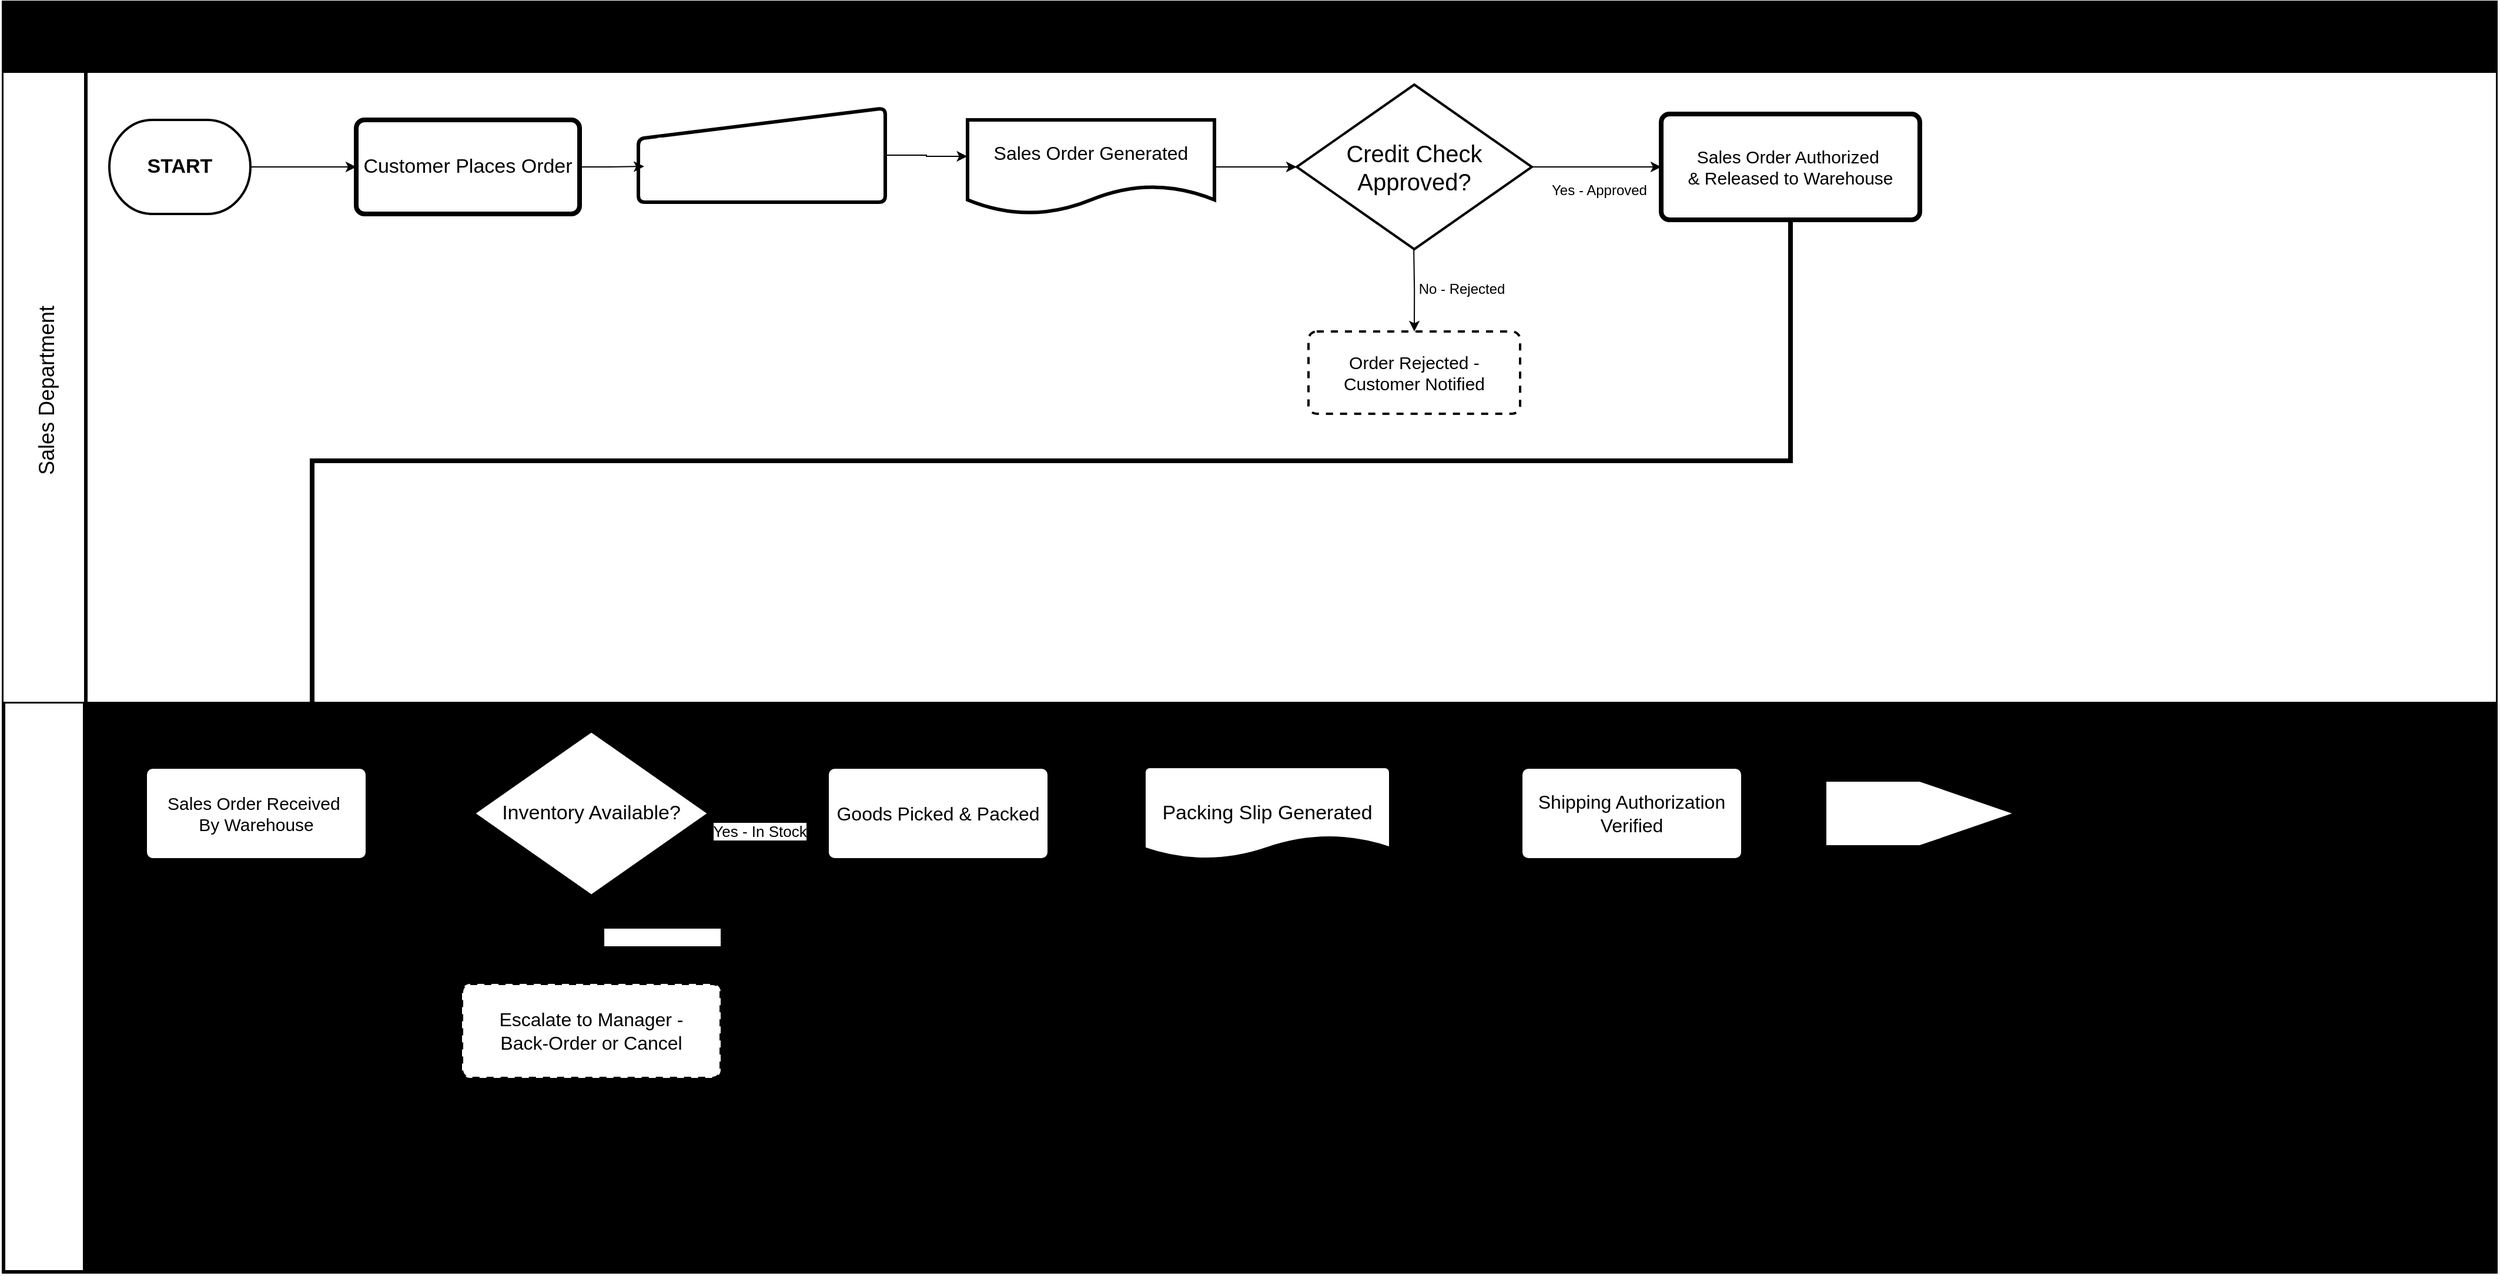
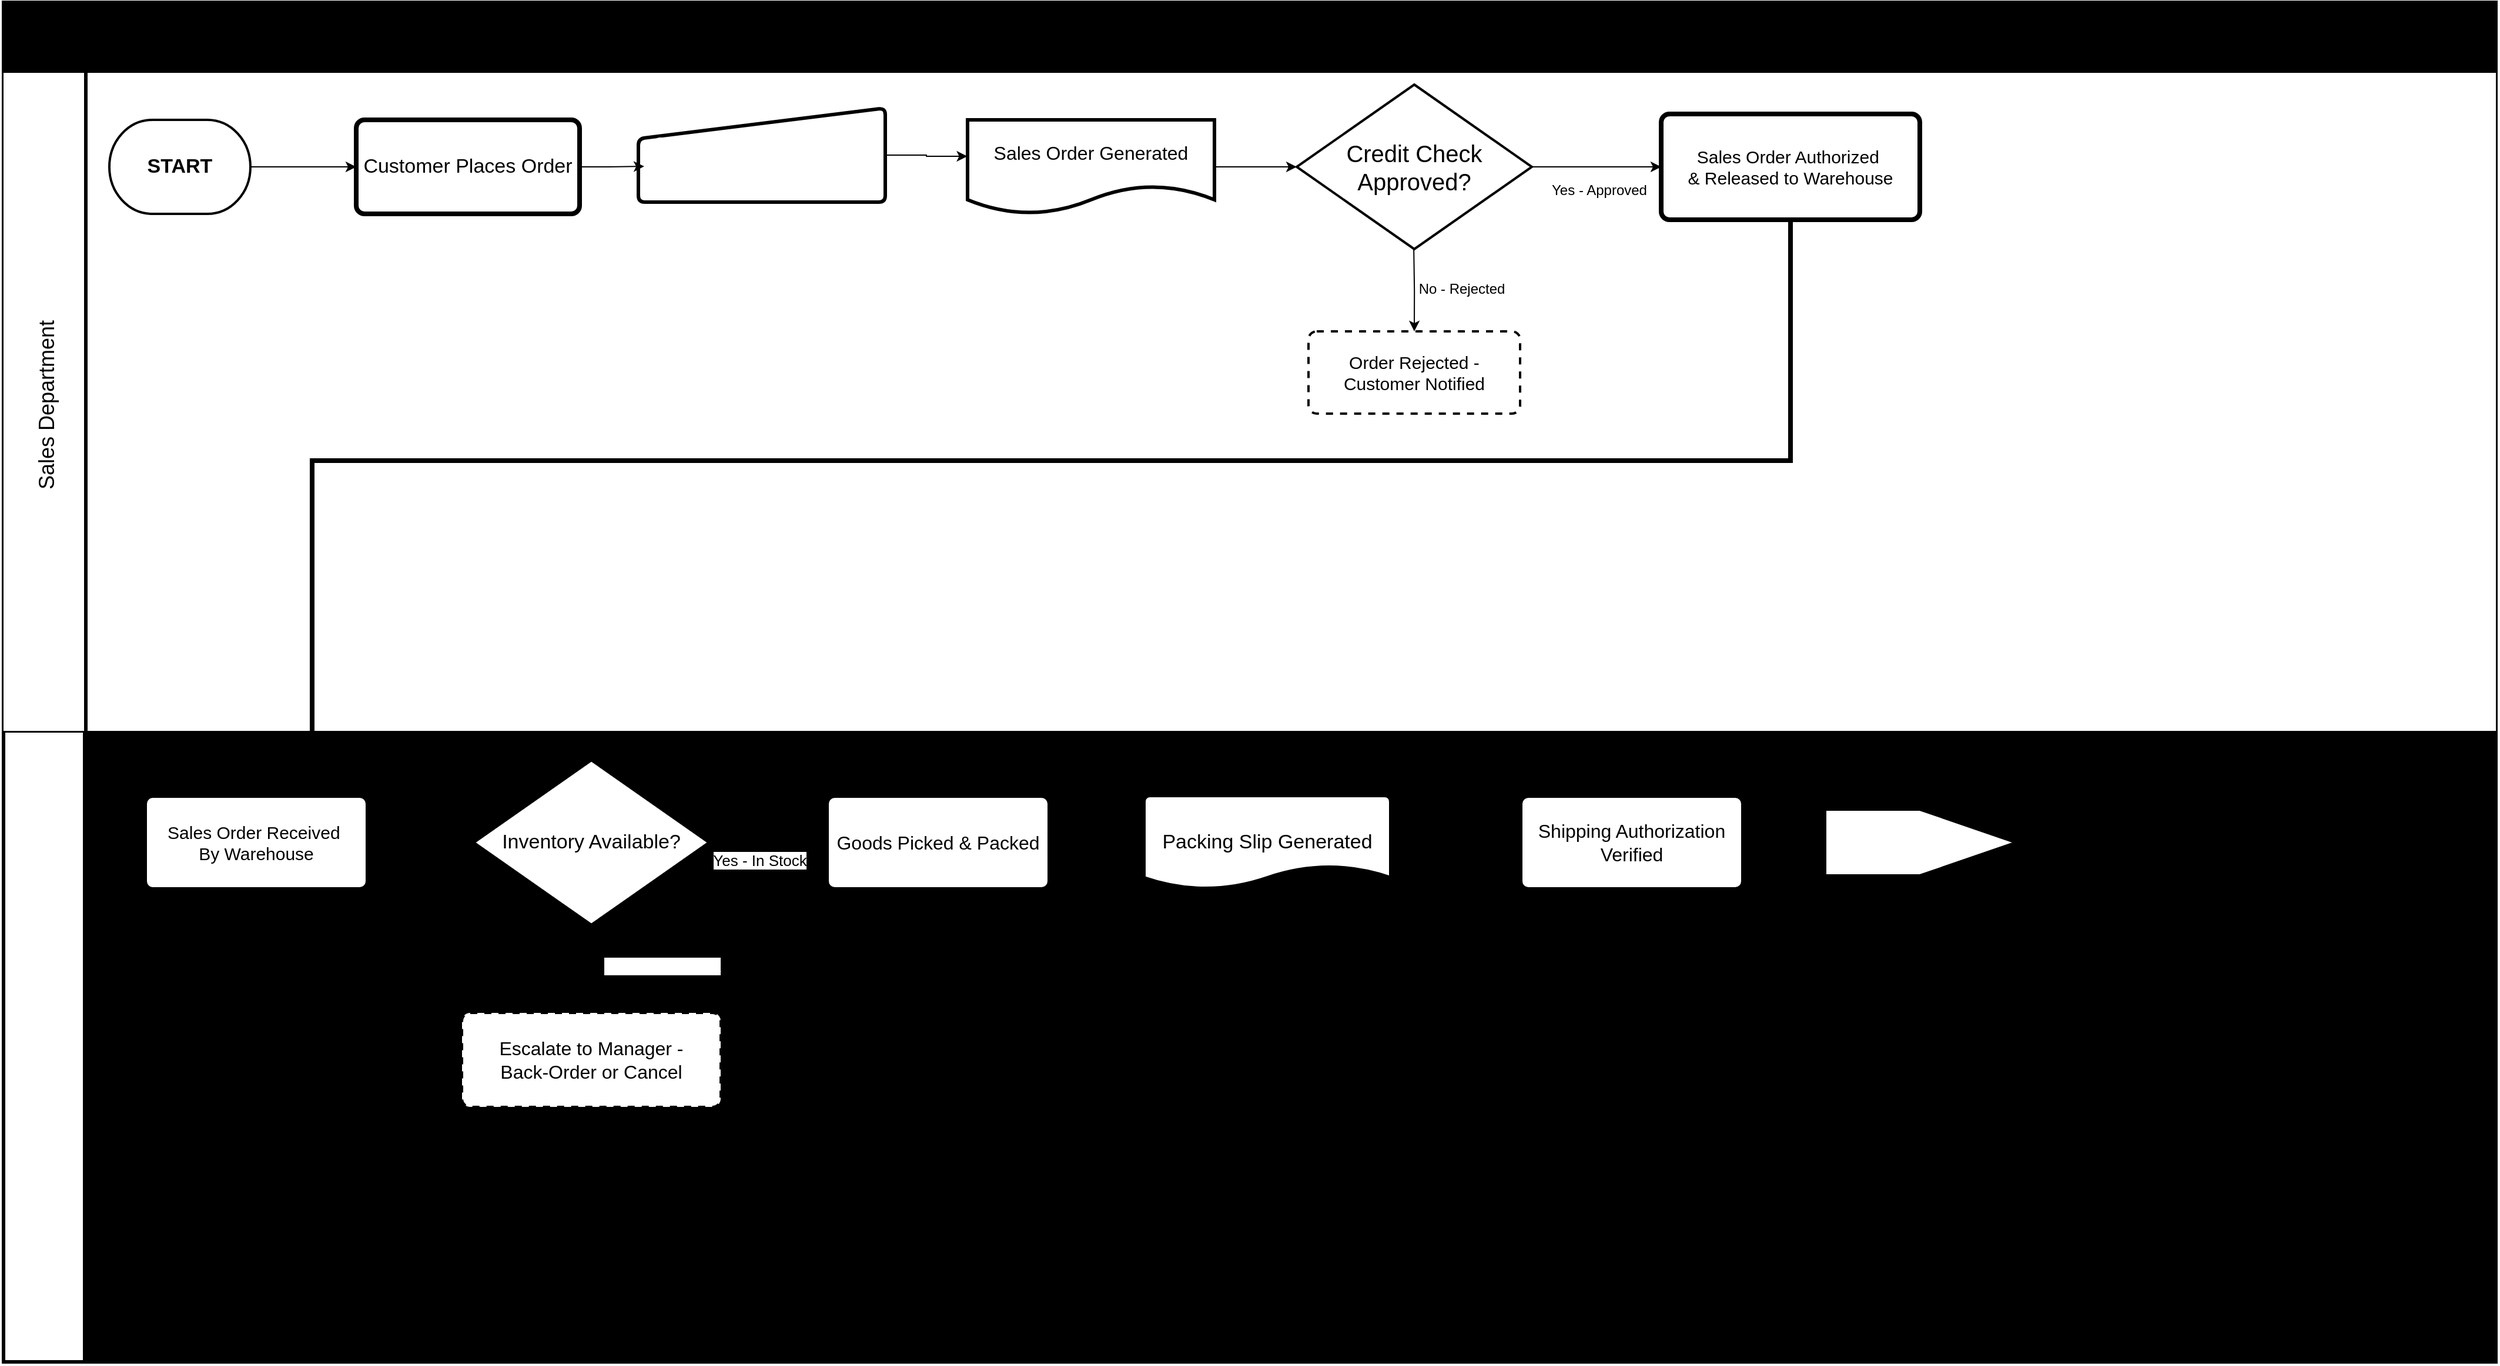
<mxfile host="app.diagrams.net" pages="2">
  <diagram name="Page-1" id="JuwPx92q4KAnNjeC5ImY">
    <mxGraphModel dx="9302" dy="6952" grid="1" gridSize="10" guides="1" tooltips="1" connect="1" arrows="1" fold="1" page="1" pageScale="1" pageWidth="1100" pageHeight="850" math="0" shadow="0">
      <root>
        <mxCell id="0" />
        <mxCell id="1" parent="0" />
        <mxCell id="NQ8u1UKUMeSrLokraIQ_-5" parent="1" style="shape=table;childLayout=tableLayout;startSize=60;collapsible=0;recursiveResize=0;expand=0;fontSize=23;fontColor=light-dark(#000000,#FF8000);fontStyle=1;labelBackgroundColor=none;labelBorderColor=none;fillColor=light-dark(#000000,#1A1A1A);strokeWidth=3;direction=east;perimeterSpacing=2;strokeColor=light-dark(#000000,#FFFFFF);" value="Kissena Bakery — Revenue Cycle (Order-to-Cash)" vertex="1">
-           <mxGeometry height="1080" width="2120" x="-7660" y="-5930" as="geometry" />
+           <mxGeometry height="1157" width="2120" x="-7660" y="-5930" as="geometry" />
        </mxCell>
        <mxCell id="NQ8u1UKUMeSrLokraIQ_-6" parent="NQ8u1UKUMeSrLokraIQ_-5" style="shape=tableRow;horizontal=0;swimlaneHead=0;swimlaneBody=0;top=0;left=0;strokeColor=inherit;bottom=0;right=0;dropTarget=0;fontStyle=0;fillColor=light-dark(#FFFFFF,#009900);points=[[0,0.5],[1,0.5]];portConstraint=eastwest;startSize=70;collapsible=0;recursiveResize=0;expand=0;fontSize=18;strokeWidth=3;labelBorderColor=none;rounded=0;swimlaneLine=1;swimlaneFillColor=light-dark(#FFFFFF,#000000);" value="Sales Department " vertex="1">
-           <mxGeometry height="535" width="2120" y="60" as="geometry" />
+           <mxGeometry height="560" width="2120" y="60" as="geometry" />
        </mxCell>
-         <mxCell id="NQ8u1UKUMeSrLokraIQ_-7" parent="NQ8u1UKUMeSrLokraIQ_-6" style="swimlane;swimlaneHead=0;swimlaneBody=0;fontStyle=0;strokeColor=inherit;connectable=0;fillColor=light-dark(transparent,#FFF4C3);startSize=0;collapsible=0;recursiveResize=0;expand=0;fontSize=16;fontColor=light-dark(#000000,#000000);" value="" vertex="1">
-           <mxGeometry height="535" width="2050" x="70" as="geometry">
-             <mxRectangle height="535" width="2050" as="alternateBounds" />
+         <mxCell id="NQ8u1UKUMeSrLokraIQ_-7" parent="NQ8u1UKUMeSrLokraIQ_-6" style="swimlane;swimlaneHead=0;swimlaneBody=0;fontStyle=0;strokeColor=inherit;connectable=0;fillColor=light-dark(transparent,#FFF4C3);startSize=0;collapsible=0;recursiveResize=0;expand=0;fontSize=16;fontColor=light-dark(#000000,#000000);strokeWidth=4;" value="" vertex="1">
+           <mxGeometry height="560" width="2050" x="70" as="geometry">
+             <mxRectangle height="560" width="2050" as="alternateBounds" />
          </mxGeometry>
        </mxCell>
        <mxCell id="NQ8u1UKUMeSrLokraIQ_-40" edge="1" parent="NQ8u1UKUMeSrLokraIQ_-7" source="NQ8u1UKUMeSrLokraIQ_-38" style="edgeStyle=orthogonalEdgeStyle;rounded=0;orthogonalLoop=1;jettySize=auto;html=1;exitX=1;exitY=0.5;exitDx=0;exitDy=0;exitPerimeter=0;entryX=0;entryY=0.5;entryDx=0;entryDy=0;" target="NQ8u1UKUMeSrLokraIQ_-39">
          <mxGeometry relative="1" as="geometry" />
        </mxCell>
        <mxCell id="NQ8u1UKUMeSrLokraIQ_-38" parent="NQ8u1UKUMeSrLokraIQ_-7" style="strokeWidth=2;html=1;shape=mxgraph.flowchart.terminator;whiteSpace=wrap;fillColor=light-dark(#FFFFFF,#99FF99);strokeColor=light-dark(#000000,#009900);" value="&lt;b&gt;&lt;font style=&quot;font-size: 17px; color: light-dark(rgb(0, 0, 0), rgb(0, 0, 0));&quot;&gt;START&lt;/font&gt;&lt;/b&gt;" vertex="1">
          <mxGeometry height="80" width="120" x="20" y="40" as="geometry" />
        </mxCell>
        <mxCell id="NQ8u1UKUMeSrLokraIQ_-39" parent="NQ8u1UKUMeSrLokraIQ_-7" style="rounded=1;whiteSpace=wrap;html=1;absoluteArcSize=1;arcSize=14;strokeWidth=4;fillColor=light-dark(#FFFFFF,#FFF2CC);strokeColor=light-dark(#000000,#6600CC);" value="&lt;font style=&quot;font-size: 17px; color: light-dark(rgb(0, 0, 0), rgb(0, 0, 0));&quot;&gt;Customer Places Order&lt;/font&gt;" vertex="1">
          <mxGeometry height="80" width="190" x="230" y="40" as="geometry" />
        </mxCell>
        <mxCell id="NQ8u1UKUMeSrLokraIQ_-42" parent="NQ8u1UKUMeSrLokraIQ_-7" style="html=1;strokeWidth=3;shape=manualInput;boundedLbl=1;whiteSpace=wrap;rounded=1;size=26;arcSize=11;fillColor=light-dark(#FFFFFF,#CCE5FF);strokeColor=light-dark(#000000,#3399FF);fontColor=light-dark(#000000,#000000);" value="&lt;font style=&quot;color: light-dark(rgb(255, 255, 255), rgb(0, 0, 0)); font-size: 16px;&quot;&gt;Order Details Entered into System&lt;/font&gt;" vertex="1">
          <mxGeometry height="80" width="210" x="470" y="30" as="geometry" />
        </mxCell>
        <mxCell id="NQ8u1UKUMeSrLokraIQ_-43" edge="1" parent="NQ8u1UKUMeSrLokraIQ_-7" source="NQ8u1UKUMeSrLokraIQ_-39" style="edgeStyle=orthogonalEdgeStyle;rounded=0;orthogonalLoop=1;jettySize=auto;html=1;exitX=1;exitY=0.5;exitDx=0;exitDy=0;entryX=0.024;entryY=0.62;entryDx=0;entryDy=0;entryPerimeter=0;endArrow=classic;endFill=1;" target="NQ8u1UKUMeSrLokraIQ_-42">
          <mxGeometry relative="1" as="geometry" />
        </mxCell>
        <mxCell id="NQ8u1UKUMeSrLokraIQ_-44" parent="NQ8u1UKUMeSrLokraIQ_-7" style="shape=document;whiteSpace=wrap;html=1;boundedLbl=1;fontFamily=Helvetica;fontSize=12;fontColor=light-dark(#000000,#000000);align=center;verticalAlign=middle;rounded=1;strokeColor=light-dark(#000000,#FF9933);strokeWidth=3;arcSize=11;fillColor=light-dark(#FFFFFF,#FFFF99);" value="&lt;font style=&quot;font-size: 16px;&quot;&gt;Sales Order Generated&lt;/font&gt;" vertex="1">
          <mxGeometry height="80" width="210" x="750" y="40" as="geometry" />
        </mxCell>
        <mxCell id="NQ8u1UKUMeSrLokraIQ_-45" edge="1" parent="NQ8u1UKUMeSrLokraIQ_-7" source="NQ8u1UKUMeSrLokraIQ_-42" style="edgeStyle=orthogonalEdgeStyle;rounded=0;orthogonalLoop=1;jettySize=auto;html=1;exitX=1;exitY=0.5;exitDx=0;exitDy=0;entryX=-0.001;entryY=0.388;entryDx=0;entryDy=0;entryPerimeter=0;" target="NQ8u1UKUMeSrLokraIQ_-44">
          <mxGeometry relative="1" as="geometry" />
        </mxCell>
        <mxCell id="NQ8u1UKUMeSrLokraIQ_-48" edge="1" parent="NQ8u1UKUMeSrLokraIQ_-7" style="edgeStyle=orthogonalEdgeStyle;rounded=0;orthogonalLoop=1;jettySize=auto;html=1;exitX=0.5;exitY=1;exitDx=0;exitDy=0;exitPerimeter=0;entryX=0.5;entryY=0;entryDx=0;entryDy=0;" target="NQ8u1UKUMeSrLokraIQ_-52">
          <mxGeometry relative="1" as="geometry">
            <mxPoint x="1129.57" y="150" as="sourcePoint" />
            <mxPoint x="1129.2842857142857" y="220" as="targetPoint" />
          </mxGeometry>
        </mxCell>
        <mxCell id="NQ8u1UKUMeSrLokraIQ_-50" connectable="0" parent="NQ8u1UKUMeSrLokraIQ_-48" style="edgeLabel;html=1;align=center;verticalAlign=middle;resizable=0;points=[];" value="&lt;font style=&quot;font-size: 12px; color: light-dark(rgb(0, 0, 0), rgb(255, 51, 51));&quot;&gt;No - Rejected&lt;/font&gt;" vertex="1">
          <mxGeometry relative="1" x="-0.0366" y="4" as="geometry">
            <mxPoint x="36" as="offset" />
          </mxGeometry>
        </mxCell>
        <mxCell id="NQ8u1UKUMeSrLokraIQ_-49" edge="1" parent="NQ8u1UKUMeSrLokraIQ_-7" source="NQ8u1UKUMeSrLokraIQ_-46" style="edgeStyle=orthogonalEdgeStyle;rounded=0;orthogonalLoop=1;jettySize=auto;html=1;exitX=1;exitY=0.5;exitDx=0;exitDy=0;exitPerimeter=0;entryX=0;entryY=0.5;entryDx=0;entryDy=0;" target="NQ8u1UKUMeSrLokraIQ_-53">
          <mxGeometry relative="1" as="geometry">
            <mxPoint x="1310" y="79.57142857142867" as="targetPoint" />
          </mxGeometry>
        </mxCell>
        <mxCell id="NQ8u1UKUMeSrLokraIQ_-51" connectable="0" parent="NQ8u1UKUMeSrLokraIQ_-49" style="edgeLabel;html=1;align=center;verticalAlign=middle;resizable=0;points=[];labelBackgroundColor=none;" value="&lt;font style=&quot;font-size: 12px; color: light-dark(rgb(0, 0, 0), rgb(0, 204, 0));&quot;&gt;Yes - Approved&lt;/font&gt;" vertex="1">
          <mxGeometry relative="1" x="-0.0053" y="-4" as="geometry">
            <mxPoint x="2" y="16" as="offset" />
          </mxGeometry>
        </mxCell>
        <mxCell id="NQ8u1UKUMeSrLokraIQ_-46" parent="NQ8u1UKUMeSrLokraIQ_-7" style="strokeWidth=2;html=1;shape=mxgraph.flowchart.decision;whiteSpace=wrap;fillColor=light-dark(#FFFFFF,#FF3333);strokeColor=light-dark(#000000,#990000);" value="&lt;font style=&quot;font-size: 20px;&quot;&gt;Credit Check Approved?&lt;/font&gt;" vertex="1">
          <mxGeometry height="140" width="200" x="1030" y="10" as="geometry" />
        </mxCell>
        <mxCell id="NQ8u1UKUMeSrLokraIQ_-47" edge="1" parent="NQ8u1UKUMeSrLokraIQ_-7" source="NQ8u1UKUMeSrLokraIQ_-44" style="edgeStyle=orthogonalEdgeStyle;rounded=0;orthogonalLoop=1;jettySize=auto;html=1;exitX=1;exitY=0.5;exitDx=0;exitDy=0;entryX=0;entryY=0.5;entryDx=0;entryDy=0;entryPerimeter=0;" target="NQ8u1UKUMeSrLokraIQ_-46">
          <mxGeometry relative="1" as="geometry" />
        </mxCell>
        <mxCell id="NQ8u1UKUMeSrLokraIQ_-52" parent="NQ8u1UKUMeSrLokraIQ_-7" style="rounded=1;whiteSpace=wrap;html=1;absoluteArcSize=1;arcSize=14;strokeWidth=2;dashed=1;fillColor=light-dark(#FFFFFF,#FF0000);strokeColor=light-dark(#000000,#FF6666);" value="&lt;font style=&quot;font-size: 15px;&quot;&gt;Order Rejected -&lt;/font&gt;&lt;div&gt;&lt;font style=&quot;font-size: 15px;&quot;&gt;Customer Notified&lt;/font&gt;&lt;/div&gt;" vertex="1">
          <mxGeometry height="70" width="180" x="1040" y="220" as="geometry" />
        </mxCell>
        <mxCell id="NQ8u1UKUMeSrLokraIQ_-53" parent="NQ8u1UKUMeSrLokraIQ_-7" style="rounded=1;whiteSpace=wrap;html=1;absoluteArcSize=1;arcSize=14;strokeWidth=4;fillColor=light-dark(#FFFFFF,#FFF2CC);strokeColor=light-dark(#000000,#6600CC);fontColor=default;align=center;verticalAlign=middle;fontFamily=Helvetica;fontSize=12;fontStyle=0;" value="&lt;font style=&quot;font-size: 15px; color: light-dark(rgb(0, 0, 0), rgb(0, 0, 0));&quot;&gt;Sales Order Authorized&amp;nbsp;&lt;/font&gt;&lt;div&gt;&lt;font style=&quot;font-size: 15px; color: light-dark(rgb(0, 0, 0), rgb(0, 0, 0));&quot;&gt;&amp;amp; Released to Warehouse&lt;/font&gt;&lt;/div&gt;" vertex="1">
          <mxGeometry height="90" width="220" x="1340" y="35" as="geometry" />
        </mxCell>
        <mxCell id="NQ8u1UKUMeSrLokraIQ_-10" parent="NQ8u1UKUMeSrLokraIQ_-5" style="shape=tableRow;horizontal=0;swimlaneHead=0;swimlaneBody=0;top=0;left=0;strokeColor=inherit;bottom=0;right=0;dropTarget=0;fontStyle=0;fillColor=light-dark(transparent,#007FFF);points=[[0,0.5],[1,0.5]];portConstraint=eastwest;startSize=70;collapsible=0;recursiveResize=0;expand=0;fontSize=19;strokeWidth=5;fontColor=light-dark(#FFFFFF,#FFFFFF);" value="Warehouse Department " vertex="1">
-           <mxGeometry height="485" width="2120" y="595" as="geometry" />
+           <mxGeometry height="537" width="2120" y="620" as="geometry" />
        </mxCell>
-         <mxCell id="NQ8u1UKUMeSrLokraIQ_-11" parent="NQ8u1UKUMeSrLokraIQ_-10" style="swimlane;swimlaneHead=0;swimlaneBody=0;fontStyle=0;connectable=0;strokeColor=inherit;fillColor=none;startSize=0;collapsible=0;recursiveResize=0;expand=0;fontSize=16;swimlaneFillColor=light-dark(#000000,#000000);strokeWidth=3;" value="" vertex="1">
-           <mxGeometry height="485" width="2050" x="70" as="geometry">
-             <mxRectangle height="485" width="2050" as="alternateBounds" />
+         <mxCell id="NQ8u1UKUMeSrLokraIQ_-11" parent="NQ8u1UKUMeSrLokraIQ_-10" style="swimlane;swimlaneHead=0;swimlaneBody=0;fontStyle=0;connectable=0;strokeColor=inherit;fillColor=none;startSize=0;collapsible=0;recursiveResize=0;expand=0;fontSize=16;swimlaneFillColor=light-dark(#000000,#000000);strokeWidth=3;perimeterSpacing=0;gradientColor=none;" value="" vertex="1">
+           <mxGeometry height="537" width="2050" x="70" as="geometry">
+             <mxRectangle height="537" width="2050" as="alternateBounds" />
          </mxGeometry>
        </mxCell>
        <mxCell id="NQ8u1UKUMeSrLokraIQ_-56" parent="NQ8u1UKUMeSrLokraIQ_-11" style="rounded=1;whiteSpace=wrap;html=1;absoluteArcSize=1;arcSize=14;strokeWidth=4;strokeColor=light-dark(#000000,#6600CC);align=center;verticalAlign=middle;fontFamily=Helvetica;fontSize=15;fontColor=default;fillColor=light-dark(#FFFFFF,#FFF2CC);fontStyle=0;" value="&lt;span style=&quot;color: light-dark(rgb(0, 0, 0), rgb(0, 0, 0));&quot;&gt;Sales Order Received&amp;nbsp;&lt;/span&gt;&lt;div&gt;&lt;span style=&quot;color: light-dark(rgb(0, 0, 0), rgb(0, 0, 0));&quot;&gt;By Warehouse&lt;/span&gt;&lt;/div&gt;" vertex="1">
          <mxGeometry height="80" width="190" x="50" y="55" as="geometry" />
        </mxCell>
        <mxCell id="LMVtd4R09UDzkpf2iaQf-2" edge="1" parent="NQ8u1UKUMeSrLokraIQ_-11" source="NQ8u1UKUMeSrLokraIQ_-59" style="edgeStyle=orthogonalEdgeStyle;rounded=0;orthogonalLoop=1;jettySize=auto;html=1;exitX=1;exitY=0.5;exitDx=0;exitDy=0;exitPerimeter=0;entryX=0;entryY=0.5;entryDx=0;entryDy=0;" target="LMVtd4R09UDzkpf2iaQf-9">
          <mxGeometry relative="1" as="geometry">
            <mxPoint x="620" y="95.28571428571445" as="targetPoint" />
          </mxGeometry>
        </mxCell>
        <mxCell id="LMVtd4R09UDzkpf2iaQf-4" connectable="0" parent="LMVtd4R09UDzkpf2iaQf-2" style="edgeLabel;html=1;align=center;verticalAlign=middle;resizable=0;points=[];fontSize=13;" value="&lt;span style=&quot;color: light-dark(rgb(0, 0, 0), rgb(51, 255, 51));&quot;&gt;Yes - In Stock&lt;/span&gt;" vertex="1">
          <mxGeometry relative="1" x="-0.2152" y="-3" as="geometry">
            <mxPoint x="4" y="12" as="offset" />
          </mxGeometry>
        </mxCell>
        <mxCell id="LMVtd4R09UDzkpf2iaQf-3" edge="1" parent="NQ8u1UKUMeSrLokraIQ_-11" source="LMVtd4R09UDzkpf2iaQf-6" style="edgeStyle=orthogonalEdgeStyle;rounded=0;orthogonalLoop=1;jettySize=auto;html=1;exitX=0.5;exitY=0;exitDx=0;exitDy=0;entryX=0.5;entryY=0;entryDx=0;entryDy=0;" target="LMVtd4R09UDzkpf2iaQf-6">
          <mxGeometry relative="1" as="geometry">
            <mxPoint x="429.7142857142858" y="230" as="targetPoint" />
          </mxGeometry>
        </mxCell>
        <mxCell id="LMVtd4R09UDzkpf2iaQf-5" connectable="0" parent="LMVtd4R09UDzkpf2iaQf-3" style="edgeLabel;html=1;align=center;verticalAlign=middle;resizable=0;points=[];fontSize=13;" value="&lt;span style=&quot;color: light-dark(rgb(255, 255, 255), rgb(255, 0, 0));&quot;&gt;No - Out of Stock&lt;/span&gt;" vertex="1">
          <mxGeometry relative="1" x="-0.116" y="-2" as="geometry">
            <mxPoint x="60" y="-40" as="offset" />
          </mxGeometry>
        </mxCell>
        <mxCell id="LMVtd4R09UDzkpf2iaQf-8" edge="1" parent="NQ8u1UKUMeSrLokraIQ_-11" source="NQ8u1UKUMeSrLokraIQ_-59" style="edgeStyle=orthogonalEdgeStyle;rounded=0;orthogonalLoop=1;jettySize=auto;html=1;exitX=0.5;exitY=1;exitDx=0;exitDy=0;exitPerimeter=0;entryX=0.5;entryY=0;entryDx=0;entryDy=0;" target="LMVtd4R09UDzkpf2iaQf-6">
          <mxGeometry relative="1" as="geometry" />
        </mxCell>
        <mxCell id="NQ8u1UKUMeSrLokraIQ_-59" parent="NQ8u1UKUMeSrLokraIQ_-11" style="strokeWidth=2;html=1;shape=mxgraph.flowchart.decision;whiteSpace=wrap;strokeColor=light-dark(#000000,#990000);align=center;verticalAlign=middle;fontFamily=Helvetica;fontSize=12;fontColor=default;fillColor=light-dark(#FFFFFF,#FF3333);fontStyle=0;" value="&lt;font style=&quot;font-size: 17px;&quot;&gt;Inventory Available?&lt;/font&gt;" vertex="1">
          <mxGeometry height="140" width="200" x="330" y="25" as="geometry" />
        </mxCell>
        <mxCell id="LMVtd4R09UDzkpf2iaQf-1" edge="1" parent="NQ8u1UKUMeSrLokraIQ_-11" source="NQ8u1UKUMeSrLokraIQ_-56" style="edgeStyle=orthogonalEdgeStyle;rounded=0;orthogonalLoop=1;jettySize=auto;html=1;exitX=1;exitY=0.5;exitDx=0;exitDy=0;entryX=0;entryY=0.5;entryDx=0;entryDy=0;entryPerimeter=0;" target="NQ8u1UKUMeSrLokraIQ_-59">
          <mxGeometry relative="1" as="geometry" />
        </mxCell>
        <mxCell id="LMVtd4R09UDzkpf2iaQf-6" parent="NQ8u1UKUMeSrLokraIQ_-11" style="rounded=1;whiteSpace=wrap;html=1;absoluteArcSize=1;arcSize=14;strokeWidth=2;dashed=1;strokeColor=light-dark(#000000,#FF6666);align=center;verticalAlign=middle;fontFamily=Helvetica;fontSize=12;fontColor=default;fillColor=light-dark(#FFFFFF,#FF0000);" value="&lt;font style=&quot;font-size: 16px;&quot;&gt;Escalate to Manager -&lt;/font&gt;&lt;div&gt;&lt;font style=&quot;font-size: 16px;&quot;&gt;Back-Order or Cancel&lt;/font&gt;&lt;/div&gt;" vertex="1">
          <mxGeometry height="80" width="220" x="320" y="240" as="geometry" />
        </mxCell>
        <mxCell id="LMVtd4R09UDzkpf2iaQf-9" parent="NQ8u1UKUMeSrLokraIQ_-11" style="rounded=1;whiteSpace=wrap;html=1;absoluteArcSize=1;arcSize=14;strokeWidth=4;strokeColor=light-dark(#000000,#6600CC);align=center;verticalAlign=middle;fontFamily=Helvetica;fontSize=15;fontColor=default;fontStyle=0;fillColor=light-dark(#FFFFFF,#FFF2CC);" value="&lt;font style=&quot;font-size: 16px; color: light-dark(rgb(0, 0, 0), rgb(0, 0, 0));&quot;&gt;Goods Picked &amp;amp; Packed&lt;/font&gt;" vertex="1">
          <mxGeometry height="80" width="190" x="630" y="55" as="geometry" />
        </mxCell>
        <mxCell id="LMVtd4R09UDzkpf2iaQf-14" edge="1" parent="NQ8u1UKUMeSrLokraIQ_-11" source="LMVtd4R09UDzkpf2iaQf-11" style="edgeStyle=orthogonalEdgeStyle;rounded=0;orthogonalLoop=1;jettySize=auto;html=1;exitX=1;exitY=0.5;exitDx=0;exitDy=0;exitPerimeter=0;entryX=0;entryY=0.5;entryDx=0;entryDy=0;" target="LMVtd4R09UDzkpf2iaQf-13">
          <mxGeometry relative="1" as="geometry" />
        </mxCell>
        <mxCell id="LMVtd4R09UDzkpf2iaQf-11" parent="NQ8u1UKUMeSrLokraIQ_-11" style="strokeWidth=3;html=1;shape=mxgraph.flowchart.document2;whiteSpace=wrap;size=0.25;rounded=1;strokeColor=light-dark(#000000,#FF9933);align=center;verticalAlign=middle;arcSize=11;fontFamily=Helvetica;fontSize=12;fontColor=light-dark(#000000,#000000);fillColor=light-dark(#FFFFFF,#FFFF99);fontStyle=0;" value="&lt;font style=&quot;font-size: 17px;&quot;&gt;Packing Slip Generated&lt;/font&gt;" vertex="1">
          <mxGeometry height="80" width="210" x="900" y="55" as="geometry" />
        </mxCell>
        <mxCell id="LMVtd4R09UDzkpf2iaQf-12" edge="1" parent="NQ8u1UKUMeSrLokraIQ_-11" source="LMVtd4R09UDzkpf2iaQf-9" style="edgeStyle=orthogonalEdgeStyle;rounded=0;orthogonalLoop=1;jettySize=auto;html=1;exitX=1;exitY=0.5;exitDx=0;exitDy=0;entryX=0;entryY=0.5;entryDx=0;entryDy=0;entryPerimeter=0;" target="LMVtd4R09UDzkpf2iaQf-11">
          <mxGeometry relative="1" as="geometry" />
        </mxCell>
        <mxCell id="LMVtd4R09UDzkpf2iaQf-18" edge="1" parent="NQ8u1UKUMeSrLokraIQ_-11" source="LMVtd4R09UDzkpf2iaQf-13" style="edgeStyle=orthogonalEdgeStyle;rounded=0;orthogonalLoop=1;jettySize=auto;html=1;exitX=1;exitY=0.5;exitDx=0;exitDy=0;entryX=0.5;entryY=0;entryDx=0;entryDy=0;" target="LMVtd4R09UDzkpf2iaQf-15">
          <mxGeometry relative="1" as="geometry" />
        </mxCell>
        <mxCell id="LMVtd4R09UDzkpf2iaQf-13" parent="NQ8u1UKUMeSrLokraIQ_-11" style="rounded=1;whiteSpace=wrap;html=1;absoluteArcSize=1;arcSize=14;strokeWidth=4;strokeColor=light-dark(#000000,#6600CC);align=center;verticalAlign=middle;fontFamily=Helvetica;fontSize=15;fontColor=default;fontStyle=0;fillColor=light-dark(#FFFFFF,#FFF2CC);" value="&lt;font style=&quot;font-size: 16px; color: light-dark(rgb(0, 0, 0), rgb(0, 0, 0));&quot;&gt;Shipping Authorization Verified&lt;/font&gt;" vertex="1">
          <mxGeometry height="80" width="190" x="1220" y="55" as="geometry" />
        </mxCell>
        <mxCell id="LMVtd4R09UDzkpf2iaQf-15" parent="NQ8u1UKUMeSrLokraIQ_-11" style="verticalLabelPosition=bottom;verticalAlign=top;html=1;shape=offPageConnector;rounded=0;size=0.5;direction=north;" value="&lt;font style=&quot;font-size: 14px; color: light-dark(rgb(0, 0, 0), rgb(0, 127, 255));&quot;&gt;--&amp;gt; Continued Page 2&lt;/font&gt;" vertex="1">
          <mxGeometry height="55" width="160" x="1480" y="67.5" as="geometry" />
        </mxCell>
        <mxCell id="NQ8u1UKUMeSrLokraIQ_-57" edge="1" parent="NQ8u1UKUMeSrLokraIQ_-5" source="NQ8u1UKUMeSrLokraIQ_-53" style="edgeStyle=orthogonalEdgeStyle;rounded=0;orthogonalLoop=1;jettySize=auto;html=1;exitX=0.5;exitY=1;exitDx=0;exitDy=0;entryX=0.75;entryY=0;entryDx=0;entryDy=0;fontColor=light-dark(#000000,#00CC00);strokeWidth=4;strokeColor=light-dark(#000000,#00FF00);" target="NQ8u1UKUMeSrLokraIQ_-56">
          <mxGeometry relative="1" as="geometry">
            <Array as="points">
              <mxPoint x="1520" y="390" />
              <mxPoint x="262" y="390" />
            </Array>
          </mxGeometry>
        </mxCell>
      </root>
    </mxGraphModel>
  </diagram>
  <diagram id="Lt2uOAXinN6M3lQ1_bZ1" name="Page 2">
    <mxGraphModel dx="961" dy="601" grid="1" gridSize="10" guides="1" tooltips="1" connect="1" arrows="1" fold="1" page="1" pageScale="1" pageWidth="1100" pageHeight="850" math="0" shadow="0">
      <root>
        <mxCell id="0" />
        <mxCell id="1" parent="0" />
-         <mxCell id="ZODHlZ4Q30VKZ_CeJeOa-2" parent="1" style="verticalLabelPosition=bottom;verticalAlign=top;html=1;shape=offPageConnector;rounded=0;size=0.5;direction=north;" value="&lt;span style=&quot;caret-color: rgb(0, 127, 255); color: rgb(0, 127, 255);&quot;&gt;&lt;font&gt;--&amp;gt; Continued Page 2&lt;/font&gt;&lt;/span&gt;" vertex="1">
-           <mxGeometry height="40" width="120" x="40" y="40" as="geometry" />
+         <mxCell id="kTi92M1A_U-DH4yxQuNy-5" parent="1" style="swimlane;startSize=40;horizontal=0;html=1;fillColor=light-dark(#FFFFFF,#007FFF);swimlaneFillColor=default;" value="&lt;font style=&quot;font-weight: normal; font-size: 14px;&quot;&gt;Warehouse Department&lt;/font&gt;" vertex="1">
+           <mxGeometry height="210" width="1050" x="20" y="20" as="geometry" />
+         </mxCell>
+         <mxCell id="Q23-AGLQl7H3DGw6xpkb-1" edge="1" parent="kTi92M1A_U-DH4yxQuNy-5" source="NPYen-UkyxPZtTwgnnEa-1" style="edgeStyle=orthogonalEdgeStyle;rounded=0;orthogonalLoop=1;jettySize=auto;html=1;exitX=0.5;exitY=1;exitDx=0;exitDy=0;entryX=0;entryY=0.5;entryDx=0;entryDy=0;" target="NPYen-UkyxPZtTwgnnEa-2">
+           <mxGeometry relative="1" as="geometry" />
+         </mxCell>
+         <mxCell id="NPYen-UkyxPZtTwgnnEa-1" parent="kTi92M1A_U-DH4yxQuNy-5" style="verticalLabelPosition=bottom;verticalAlign=top;html=1;shape=offPageConnector;rounded=0;size=0.5;direction=north;" value="&lt;font style=&quot;font-size: 14px; color: light-dark(rgb(0, 0, 0), rgb(0, 127, 255));&quot;&gt;--&amp;gt; Continued Page 2&lt;/font&gt;" vertex="1">
+           <mxGeometry height="40" width="130" x="90" y="20" as="geometry" />
+         </mxCell>
+         <mxCell id="NPYen-UkyxPZtTwgnnEa-2" parent="kTi92M1A_U-DH4yxQuNy-5" style="rounded=1;whiteSpace=wrap;html=1;absoluteArcSize=1;arcSize=14;strokeWidth=4;strokeColor=light-dark(#000000,#6600CC);align=center;verticalAlign=middle;fontFamily=Helvetica;fontSize=15;fontColor=default;fontStyle=0;fillColor=light-dark(#FFFFFF,#FFF2CC);" value="&lt;font style=&quot;font-size: 14px; color: light-dark(rgb(0, 0, 0), rgb(0, 0, 0));&quot;&gt;Goods Dispatched to Customer&lt;/font&gt;" vertex="1">
+           <mxGeometry height="60" width="150" x="280" y="10" as="geometry" />
+         </mxCell>
+         <mxCell id="Q23-AGLQl7H3DGw6xpkb-2" parent="1" style="swimlane;startSize=40;horizontal=0;html=1;fillColor=light-dark(#FFFFFF,#FF8000);swimlaneFillColor=default;" value="&lt;font style=&quot;font-weight: normal; font-size: 15px;&quot; face=&quot;Helvetica&quot;&gt;Billing / Accounts Receivables&lt;/font&gt;" vertex="1">
+           <mxGeometry height="360" width="1050" x="20" y="230" as="geometry" />
        </mxCell>
      </root>
    </mxGraphModel>
  </diagram>
</mxfile>
